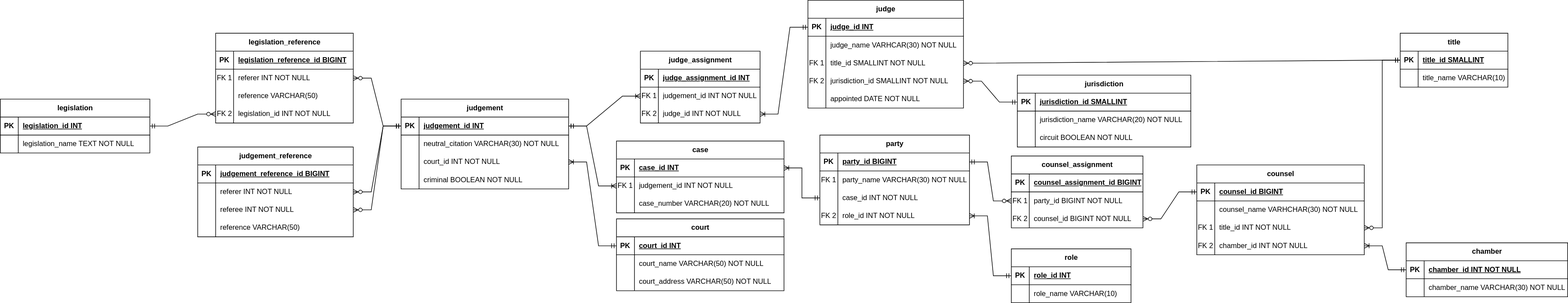
Above: dev-resources/ERD.svg in anisahhoque/c15-court-transcript-pipeline (draw.io), before the change. Source tidied: cells renumbered, new cells last; positions are measured from the earlier drawing's top-left corner, leaving out a move shared by most shapes.
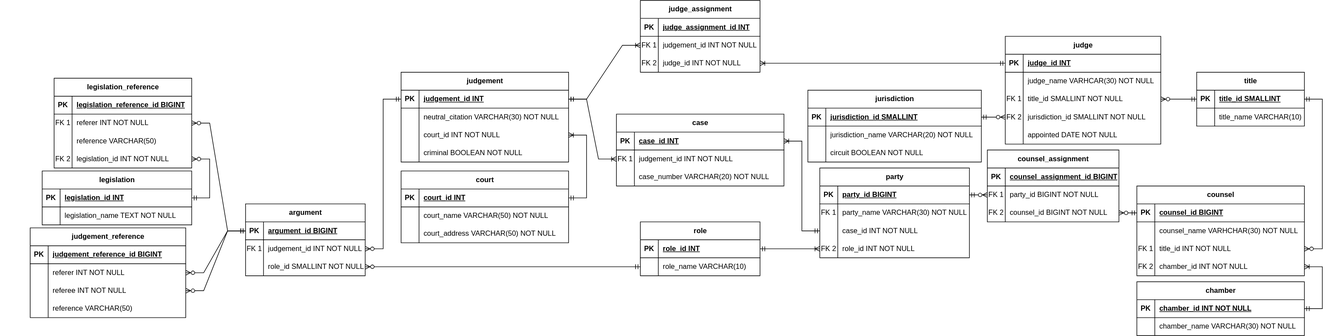
After the change.

Commit message:
Adds argument table to ERD, and restyles. Also creates png for Dan.

Diff of the diagram source:
```diff
@@ -3,7 +3,7 @@
     <mxCell id="0" />
     <mxCell id="1" parent="0" />
     <mxCell id="2" value="legislation" style="shape=table;startSize=30;rowLines=0;fontStyle=1;align=center;html=1;" parent="1" vertex="1">
-      <mxGeometry y="170" width="250" height="90" as="geometry" />
+      <mxGeometry x="70" y="335" width="250" height="90" as="geometry" />
     </mxCell>
     <mxCell id="3" style="shape=tableRow;horizontal=0;startSize=0;swimlaneHead=0;swimlaneBody=0;fillColor=none;points=[[0,0.5],[1,0.5]];portConstraint=eastwest;top=0;left=0;right=0;bottom=1;" parent="2" vertex="1">
       <mxGeometry y="30" width="250" height="30" as="geometry" />
@@ -27,7 +27,7 @@
       <mxGeometry y="320" width="30" height="30" as="geometry" />
     </mxCell>
     <mxCell id="10" value="legislation_reference" style="shape=table;startSize=30;rowLines=0;fontStyle=1;align=center;html=1;" parent="1" vertex="1">
-      <mxGeometry x="360" y="60" width="230" height="150" as="geometry" />
+      <mxGeometry x="90" y="180" width="230" height="150" as="geometry" />
     </mxCell>
     <mxCell id="11" style="shape=tableRow;horizontal=0;startSize=0;swimlaneHead=0;swimlaneBody=0;fillColor=none;top=0;left=0;right=0;bottom=1;" parent="10" vertex="1">
       <mxGeometry y="30" width="230" height="30" as="geometry" />
@@ -105,7 +105,7 @@
       <mxGeometry x="30" width="250" height="30" as="geometry" />
     </mxCell>
     <mxCell id="36" value="judgement_reference" style="shape=table;startSize=30;rowLines=0;fontStyle=1;align=center;html=1;" parent="1" vertex="1">
-      <mxGeometry x="330" y="250" width="260" height="150" as="geometry" />
+      <mxGeometry x="50" y="430" width="260" height="150" as="geometry" />
     </mxCell>
     <mxCell id="37" style="shape=tableRow;horizontal=0;startSize=0;swimlaneHead=0;swimlaneBody=0;fillColor=none;top=0;left=0;right=0;bottom=1;" parent="36" vertex="1">
       <mxGeometry y="30" width="260" height="30" as="geometry" />
@@ -174,7 +174,7 @@
       <mxGeometry x="30" width="250" height="30" as="geometry" />
     </mxCell>
     <mxCell id="59" value="court" style="shape=table;startSize=30;rowLines=0;fontStyle=1;align=center;html=1;" parent="1" vertex="1">
-      <mxGeometry x="1030" y="370" width="280" height="120" as="geometry" />
+      <mxGeometry x="670" y="335" width="280" height="120" as="geometry" />
     </mxCell>
     <mxCell id="60" style="shape=tableRow;horizontal=0;startSize=0;swimlaneHead=0;swimlaneBody=0;fillColor=none;points=[[0,0.5],[1,0.5]];portConstraint=eastwest;top=0;left=0;right=0;bottom=1;" parent="59" vertex="1">
       <mxGeometry y="30" width="280" height="30" as="geometry" />
@@ -204,7 +204,7 @@
       <mxGeometry x="30" width="250" height="30" as="geometry" />
     </mxCell>
     <mxCell id="69" value="party" style="shape=table;startSize=30;rowLines=0;fontStyle=1;align=center;html=1;" parent="1" vertex="1">
-      <mxGeometry x="1370" y="230" width="250" height="150" as="geometry" />
+      <mxGeometry x="1370" y="330" width="250" height="150" as="geometry" />
     </mxCell>
     <mxCell id="70" style="shape=tableRow;horizontal=0;startSize=0;swimlaneHead=0;swimlaneBody=0;fillColor=none;points=[[0,0.5],[1,0.5]];portConstraint=eastwest;top=0;left=0;right=0;bottom=1;" parent="69" vertex="1">
       <mxGeometry y="30" width="250" height="30" as="geometry" />
@@ -243,7 +243,7 @@
       <mxGeometry x="30" width="220" height="30" as="geometry" />
     </mxCell>
     <mxCell id="82" value="role" style="shape=table;startSize=30;rowLines=0;fontStyle=1;align=center;html=1;" parent="1" vertex="1">
-      <mxGeometry x="1690" y="420" width="200" height="90" as="geometry" />
+      <mxGeometry x="1070" y="420" width="200" height="90" as="geometry" />
     </mxCell>
     <mxCell id="83" style="shape=tableRow;horizontal=0;startSize=0;swimlaneHead=0;swimlaneBody=0;fillColor=none;points=[[0,0.5],[1,0.5]];portConstraint=eastwest;top=0;left=0;right=0;bottom=1;" parent="82" vertex="1">
       <mxGeometry y="30" width="200" height="30" as="geometry" />
@@ -264,7 +264,7 @@
       <mxGeometry x="30" width="170" height="30" as="geometry" />
     </mxCell>
     <mxCell id="89" value="counsel_assignment" style="shape=table;startSize=30;rowLines=0;fontStyle=1;align=center;html=1;" parent="1" vertex="1">
-      <mxGeometry x="1690" y="265" width="220" height="120" as="geometry" />
+      <mxGeometry x="1650" y="300" width="220" height="120" as="geometry" />
     </mxCell>
     <mxCell id="90" style="shape=tableRow;horizontal=0;startSize=0;swimlaneHead=0;swimlaneBody=0;fillColor=none;top=0;left=0;right=0;bottom=1;" parent="89" vertex="1">
       <mxGeometry y="30" width="220" height="30" as="geometry" />
@@ -294,7 +294,7 @@
       <mxGeometry x="30" width="190" height="30" as="geometry" />
     </mxCell>
     <mxCell id="99" value="counsel" style="shape=table;startSize=30;rowLines=0;fontStyle=1;align=center;html=1;" parent="1" vertex="1">
-      <mxGeometry x="2000" y="280" width="280" height="150" as="geometry" />
+      <mxGeometry x="1900" y="360" width="280" height="150" as="geometry" />
     </mxCell>
     <mxCell id="100" style="shape=tableRow;horizontal=0;startSize=0;swimlaneHead=0;swimlaneBody=0;fillColor=none;points=[[0,0.5],[1,0.5]];portConstraint=eastwest;top=0;left=0;right=0;bottom=1;" parent="99" vertex="1">
       <mxGeometry y="30" width="280" height="30" as="geometry" />
@@ -333,42 +333,42 @@
       <mxGeometry x="30" width="250" height="30" as="geometry" />
     </mxCell>
     <mxCell id="112" value="chamber" style="shape=table;startSize=30;rowLines=0;fontStyle=1;align=center;html=1;" parent="1" vertex="1">
-      <mxGeometry x="2350" y="410" width="270" height="90" as="geometry" />
+      <mxGeometry x="1900" y="520" width="280" height="90" as="geometry" />
     </mxCell>
     <mxCell id="113" style="shape=tableRow;horizontal=0;startSize=0;swimlaneHead=0;swimlaneBody=0;fillColor=none;points=[[0,0.5],[1,0.5]];portConstraint=eastwest;top=0;left=0;right=0;bottom=1;" parent="112" vertex="1">
-      <mxGeometry y="30" width="270" height="30" as="geometry" />
+      <mxGeometry y="30" width="280" height="30" as="geometry" />
     </mxCell>
     <mxCell id="114" value="PK" style="shape=partialRectangle;fillColor=none;top=0;left=0;bottom=0;right=0;fontStyle=1;overflow=hidden;whiteSpace=wrap;html=1;" parent="113" vertex="1">
       <mxGeometry width="30" height="30" as="geometry" />
     </mxCell>
     <mxCell id="115" value="chamber_id INT NOT NULL" style="shape=partialRectangle;fillColor=none;top=0;left=0;bottom=0;right=0;align=left;spacingLeft=6;fontStyle=5;overflow=hidden;whiteSpace=wrap;html=1;" parent="113" vertex="1">
-      <mxGeometry x="30" width="240" height="30" as="geometry" />
+      <mxGeometry x="30" width="250" height="30" as="geometry" />
     </mxCell>
     <mxCell id="116" style="shape=tableRow;horizontal=0;startSize=0;swimlaneHead=0;swimlaneBody=0;fillColor=none;top=0;left=0;right=0;bottom=0;" parent="112" vertex="1">
-      <mxGeometry y="60" width="270" height="30" as="geometry" />
+      <mxGeometry y="60" width="280" height="30" as="geometry" />
     </mxCell>
     <mxCell id="117" style="shape=partialRectangle;fillColor=none;top=0;left=0;bottom=0;right=0;overflow=hidden;whiteSpace=wrap;html=1;" parent="116" vertex="1">
       <mxGeometry width="30" height="30" as="geometry" />
     </mxCell>
     <mxCell id="118" value="chamber_name VARCHAR(30) NOT NULL" style="shape=partialRectangle;fillColor=none;top=0;left=0;bottom=0;right=0;align=left;spacingLeft=6;overflow=hidden;whiteSpace=wrap;html=1;" parent="116" vertex="1">
-      <mxGeometry x="30" width="240" height="30" as="geometry" />
+      <mxGeometry x="30" width="250" height="30" as="geometry" />
     </mxCell>
-    <mxCell id="119" style="edgeStyle=entityRelationEdgeStyle;fontSize=12;html=1;endArrow=ERzeroToMany;startArrow=ERmandOne;rounded=0;exitX=0;exitY=0.5;exitDx=0;exitDy=0;" parent="1" edge="1" source="24" target="14">
+    <mxCell id="119" style="edgeStyle=entityRelationEdgeStyle;fontSize=12;html=1;endArrow=ERzeroToMany;startArrow=ERmandOne;rounded=0;exitX=0;exitY=0.5;exitDx=0;exitDy=0;" parent="1" edge="1" source="179" target="14">
       <mxGeometry relative="1" as="geometry" />
     </mxCell>
-    <mxCell id="120" style="edgeStyle=entityRelationEdgeStyle;fontSize=12;html=1;endArrow=ERzeroToMany;startArrow=ERmandOne;rounded=0;exitX=1;exitY=0.5;exitDx=0;exitDy=0;entryX=0;entryY=0.5;entryDx=0;entryDy=0;" parent="1" edge="1" source="3" target="20">
+    <mxCell id="120" style="edgeStyle=entityRelationEdgeStyle;fontSize=12;html=1;endArrow=ERzeroToMany;startArrow=ERmandOne;rounded=0;exitX=1;exitY=0.5;exitDx=0;exitDy=0;entryX=1;entryY=0.5;entryDx=0;entryDy=0;" parent="1" edge="1" source="3" target="20">
       <mxGeometry relative="1" as="geometry" />
     </mxCell>
-    <mxCell id="121" style="edgeStyle=entityRelationEdgeStyle;fontSize=12;html=1;endArrow=ERzeroToMany;startArrow=ERmandOne;rounded=0;exitX=0;exitY=0.5;exitDx=0;exitDy=0;entryX=1;entryY=0.5;entryDx=0;entryDy=0;" parent="1" edge="1" source="24" target="40">
+    <mxCell id="121" style="edgeStyle=entityRelationEdgeStyle;fontSize=12;html=1;endArrow=ERzeroToMany;startArrow=ERmandOne;rounded=0;exitX=0;exitY=0.5;exitDx=0;exitDy=0;entryX=1;entryY=0.5;entryDx=0;entryDy=0;" parent="1" edge="1" source="179" target="40">
       <mxGeometry relative="1" as="geometry" />
     </mxCell>
-    <mxCell id="122" style="edgeStyle=entityRelationEdgeStyle;fontSize=12;html=1;endArrow=ERzeroToMany;startArrow=ERmandOne;rounded=0;exitX=0;exitY=0.5;exitDx=0;exitDy=0;entryX=1;entryY=0.5;entryDx=0;entryDy=0;" parent="1" edge="1" source="24" target="43">
+    <mxCell id="122" style="edgeStyle=entityRelationEdgeStyle;fontSize=12;html=1;endArrow=ERzeroToMany;startArrow=ERmandOne;rounded=0;entryX=1;entryY=0.5;entryDx=0;entryDy=0;" parent="1" edge="1" source="179" target="43">
       <mxGeometry relative="1" as="geometry" />
     </mxCell>
     <mxCell id="123" style="edgeStyle=entityRelationEdgeStyle;fontSize=12;html=1;endArrow=ERoneToMany;startArrow=ERmandOne;rounded=0;exitX=1;exitY=0.5;exitDx=0;exitDy=0;entryX=0;entryY=0.5;entryDx=0;entryDy=0;" parent="1" edge="1" source="24" target="53">
       <mxGeometry relative="1" as="geometry" />
     </mxCell>
-    <mxCell id="124" style="edgeStyle=entityRelationEdgeStyle;fontSize=12;html=1;endArrow=ERoneToMany;startArrow=ERmandOne;rounded=0;exitX=0;exitY=0.5;exitDx=0;exitDy=0;entryX=1;entryY=0.5;entryDx=0;entryDy=0;" parent="1" edge="1" source="60" target="30">
+    <mxCell id="124" style="edgeStyle=entityRelationEdgeStyle;fontSize=12;html=1;endArrow=ERoneToMany;startArrow=ERmandOne;rounded=0;exitX=1;exitY=0.5;exitDx=0;exitDy=0;entryX=1;entryY=0.5;entryDx=0;entryDy=0;" parent="1" edge="1" source="60" target="30">
       <mxGeometry relative="1" as="geometry" />
     </mxCell>
     <mxCell id="125" style="edgeStyle=entityRelationEdgeStyle;fontSize=12;html=1;endArrow=ERoneToMany;startArrow=ERmandOne;rounded=0;exitX=0;exitY=0.5;exitDx=0;exitDy=0;entryX=1;entryY=0.5;entryDx=0;entryDy=0;" parent="1" edge="1" source="76" target="50">
@@ -380,11 +380,11 @@
     <mxCell id="127" style="edgeStyle=entityRelationEdgeStyle;fontSize=12;html=1;endArrow=ERzeroToMany;startArrow=ERmandOne;rounded=0;exitX=0;exitY=0.5;exitDx=0;exitDy=0;entryX=1;entryY=0.5;entryDx=0;entryDy=0;" parent="1" edge="1" source="100" target="96">
       <mxGeometry relative="1" as="geometry" />
     </mxCell>
-    <mxCell id="128" style="edgeStyle=entityRelationEdgeStyle;fontSize=12;html=1;endArrow=ERoneToMany;startArrow=ERmandOne;rounded=0;exitX=0;exitY=0.5;exitDx=0;exitDy=0;entryX=1;entryY=0.5;entryDx=0;entryDy=0;" parent="1" edge="1" source="83" target="79">
+    <mxCell id="128" style="edgeStyle=entityRelationEdgeStyle;fontSize=12;html=1;endArrow=ERoneToMany;startArrow=ERmandOne;rounded=0;exitX=1;exitY=0.5;exitDx=0;exitDy=0;entryX=0;entryY=0.5;entryDx=0;entryDy=0;" parent="1" edge="1" source="83" target="79">
       <mxGeometry relative="1" as="geometry" />
     </mxCell>
     <mxCell id="129" value="judge" style="shape=table;startSize=30;rowLines=0;fontStyle=1;align=center;html=1;" parent="1" vertex="1">
-      <mxGeometry x="1350" y="5" width="260" height="180" as="geometry" />
+      <mxGeometry x="1680" y="110" width="260" height="180" as="geometry" />
     </mxCell>
     <mxCell id="130" style="shape=tableRow;horizontal=0;startSize=0;swimlaneHead=0;swimlaneBody=0;fillColor=none;points=[[0,0.5],[1,0.5]];portConstraint=eastwest;top=0;left=0;right=0;bottom=1;" parent="129" vertex="1">
       <mxGeometry y="30" width="260" height="30" as="geometry" />
@@ -432,7 +432,7 @@
       <mxGeometry x="30" width="230" height="30" as="geometry" />
     </mxCell>
     <mxCell id="145" value="title" style="shape=table;startSize=30;rowLines=0;fontStyle=1;align=center;html=1;" parent="1" vertex="1">
-      <mxGeometry x="2340" y="60" width="180" height="90" as="geometry" />
+      <mxGeometry x="2000" y="170" width="180" height="90" as="geometry" />
     </mxCell>
     <mxCell id="146" style="shape=tableRow;horizontal=0;startSize=0;swimlaneHead=0;swimlaneBody=0;fillColor=none;points=[[0,0.5],[1,0.5]];portConstraint=eastwest;top=0;left=0;right=0;bottom=1;" parent="145" vertex="1">
       <mxGeometry y="30" width="180" height="30" as="geometry" />
@@ -453,7 +453,7 @@
       <mxGeometry x="30" width="150" height="30" as="geometry" />
     </mxCell>
     <mxCell id="152" value="jurisdiction" style="shape=table;startSize=30;rowLines=0;fontStyle=1;align=center;html=1;" parent="1" vertex="1">
-      <mxGeometry x="1700" y="130" width="290" height="120" as="geometry" />
+      <mxGeometry x="1350" y="200" width="290" height="120" as="geometry" />
     </mxCell>
     <mxCell id="153" style="shape=tableRow;horizontal=0;startSize=0;swimlaneHead=0;swimlaneBody=0;fillColor=none;points=[[0,0.5],[1,0.5]];portConstraint=eastwest;top=0;left=0;right=0;bottom=1;" parent="152" vertex="1">
       <mxGeometry y="30" width="290" height="30" as="geometry" />
@@ -483,7 +483,7 @@
       <mxGeometry x="30" width="260" height="30" as="geometry" />
     </mxCell>
     <mxCell id="162" value="judge_assignment" style="shape=table;startSize=30;rowLines=0;fontStyle=1;align=center;html=1;" parent="1" vertex="1">
-      <mxGeometry x="1070" y="90" width="200" height="120" as="geometry" />
+      <mxGeometry x="1070" y="50" width="200" height="120" as="geometry" />
     </mxCell>
     <mxCell id="163" style="shape=tableRow;horizontal=0;startSize=0;swimlaneHead=0;swimlaneBody=0;fillColor=none;top=0;left=0;right=0;bottom=1;" parent="162" vertex="1">
       <mxGeometry y="30" width="200" height="30" as="geometry" />
@@ -518,7 +518,7 @@
     <mxCell id="173" style="edgeStyle=entityRelationEdgeStyle;fontSize=12;html=1;endArrow=ERoneToMany;startArrow=ERmandOne;rounded=0;exitX=0;exitY=0.5;exitDx=0;exitDy=0;entryX=1;entryY=0.5;entryDx=0;entryDy=0;" parent="1" edge="1" source="130" target="169">
       <mxGeometry relative="1" as="geometry" />
     </mxCell>
-    <mxCell id="174" style="edgeStyle=entityRelationEdgeStyle;fontSize=12;html=1;endArrow=ERzeroToMany;startArrow=ERmandOne;rounded=0;entryX=1;entryY=0.5;entryDx=0;entryDy=0;exitX=0;exitY=0.5;exitDx=0;exitDy=0;" parent="1" edge="1" source="153" target="139">
+    <mxCell id="174" style="edgeStyle=entityRelationEdgeStyle;fontSize=12;html=1;endArrow=ERzeroToMany;startArrow=ERmandOne;rounded=0;exitX=1;exitY=0.5;exitDx=0;exitDy=0;entryX=0;entryY=0.5;entryDx=0;entryDy=0;" parent="1" edge="1" source="153" target="139">
       <mxGeometry relative="1" as="geometry" />
     </mxCell>
     <mxCell id="175" style="edgeStyle=entityRelationEdgeStyle;fontSize=12;html=1;endArrow=ERzeroToMany;startArrow=ERmandOne;rounded=0;entryX=1;entryY=0.5;entryDx=0;entryDy=0;exitX=0;exitY=0.5;exitDx=0;exitDy=0;" parent="1" edge="1" source="146" target="136">
@@ -529,15 +529,51 @@
         </Array>
       </mxGeometry>
     </mxCell>
-    <mxCell id="176" style="edgeStyle=entityRelationEdgeStyle;fontSize=12;html=1;endArrow=ERzeroToMany;startArrow=ERmandOne;rounded=0;exitX=0;exitY=0.5;exitDx=0;exitDy=0;entryX=1;entryY=0.5;entryDx=0;entryDy=0;" parent="1" edge="1" source="146" target="106">
+    <mxCell id="176" style="edgeStyle=entityRelationEdgeStyle;fontSize=12;html=1;endArrow=ERzeroToMany;startArrow=ERmandOne;rounded=0;exitX=1;exitY=0.5;exitDx=0;exitDy=0;entryX=1;entryY=0.5;entryDx=0;entryDy=0;" parent="1" edge="1" source="146" target="106">
       <mxGeometry relative="1" as="geometry">
         <Array as="points">
           <mxPoint x="2290" y="380" />
         </Array>
       </mxGeometry>
     </mxCell>
-    <mxCell id="177" style="edgeStyle=entityRelationEdgeStyle;fontSize=12;html=1;endArrow=ERoneToMany;startArrow=ERmandOne;rounded=0;entryX=1;entryY=0.5;entryDx=0;entryDy=0;exitX=0;exitY=0.5;exitDx=0;exitDy=0;" parent="1" edge="1" source="113" target="109">
+    <mxCell id="177" style="edgeStyle=entityRelationEdgeStyle;fontSize=12;html=1;endArrow=ERoneToMany;startArrow=ERmandOne;rounded=0;entryX=1;entryY=0.5;entryDx=0;entryDy=0;exitX=1;exitY=0.5;exitDx=0;exitDy=0;" parent="1" edge="1" source="113" target="109">
       <mxGeometry relative="1" as="geometry" />
     </mxCell>
+    <mxCell id="178" value="argument" style="shape=table;startSize=30;rowLines=0;fontStyle=1;align=center;html=1;" parent="1" vertex="1">
+      <mxGeometry x="410" y="390" width="200" height="120" as="geometry" />
+    </mxCell>
+    <mxCell id="179" style="shape=tableRow;horizontal=0;startSize=0;swimlaneHead=0;swimlaneBody=0;fillColor=none;points=[[0,0.5],[1,0.5]];portConstraint=eastwest;top=0;left=0;right=0;bottom=1;" parent="178" vertex="1">
+      <mxGeometry y="30" width="200" height="30" as="geometry" />
+    </mxCell>
+    <mxCell id="180" value="PK" style="shape=partialRectangle;fillColor=none;top=0;left=0;bottom=0;right=0;fontStyle=1;overflow=hidden;whiteSpace=wrap;html=1;" parent="179" vertex="1">
+      <mxGeometry width="30" height="30" as="geometry" />
+    </mxCell>
+    <mxCell id="181" value="argument_id BIGINT" style="shape=partialRectangle;fillColor=none;top=0;left=0;bottom=0;right=0;align=left;spacingLeft=6;fontStyle=5;overflow=hidden;whiteSpace=wrap;html=1;" parent="179" vertex="1">
+      <mxGeometry x="30" width="170" height="30" as="geometry" />
+    </mxCell>
+    <mxCell id="182" style="shape=tableRow;horizontal=0;startSize=0;swimlaneHead=0;swimlaneBody=0;fillColor=none;points=[[0,0.5],[1,0.5]];portConstraint=eastwest;top=0;left=0;right=0;bottom=0;" parent="178" vertex="1">
+      <mxGeometry y="60" width="200" height="30" as="geometry" />
+    </mxCell>
+    <mxCell id="183" value="FK 1" style="shape=partialRectangle;fillColor=none;top=0;left=0;bottom=0;right=0;overflow=hidden;whiteSpace=wrap;html=1;" parent="182" vertex="1">
+      <mxGeometry width="30" height="30" as="geometry" />
+    </mxCell>
+    <mxCell id="184" value="judgement_id INT NOT NULL" style="shape=partialRectangle;fillColor=none;top=0;left=0;bottom=0;right=0;align=left;spacingLeft=6;overflow=hidden;whiteSpace=wrap;html=1;" parent="182" vertex="1">
+      <mxGeometry x="30" width="170" height="30" as="geometry" />
+    </mxCell>
+    <mxCell id="185" style="shape=tableRow;horizontal=0;startSize=0;swimlaneHead=0;swimlaneBody=0;fillColor=none;points=[[0,0.5],[1,0.5]];portConstraint=eastwest;top=0;left=0;right=0;bottom=0;" parent="178" vertex="1">
+      <mxGeometry y="90" width="200" height="30" as="geometry" />
+    </mxCell>
+    <mxCell id="186" style="shape=partialRectangle;fillColor=none;top=0;left=0;bottom=0;right=0;overflow=hidden;whiteSpace=wrap;html=1;" parent="185" vertex="1">
+      <mxGeometry width="30" height="30" as="geometry" />
+    </mxCell>
+    <mxCell id="187" value="role_id SMALLINT NOT NULL" style="shape=partialRectangle;fillColor=none;top=0;left=0;bottom=0;right=0;align=left;spacingLeft=6;overflow=hidden;whiteSpace=wrap;html=1;" parent="185" vertex="1">
+      <mxGeometry x="30" width="170" height="30" as="geometry" />
+    </mxCell>
+    <mxCell id="188" style="edgeStyle=entityRelationEdgeStyle;fontSize=12;html=1;endArrow=ERzeroToMany;startArrow=ERmandOne;rounded=0;exitX=0;exitY=0.5;exitDx=0;exitDy=0;entryX=1;entryY=0.5;entryDx=0;entryDy=0;" parent="1" edge="1" source="24" target="182">
+      <mxGeometry relative="1" as="geometry" />
+    </mxCell>
+    <mxCell id="189" style="edgeStyle=entityRelationEdgeStyle;fontSize=12;html=1;endArrow=ERzeroToMany;startArrow=ERmandOne;rounded=0;entryX=1;entryY=0.5;entryDx=0;entryDy=0;exitX=0;exitY=0.5;exitDx=0;exitDy=0;" parent="1" edge="1" source="86" target="185">
+      <mxGeometry relative="1" as="geometry" />
+    </mxCell>
   </root>
 </mxGraphModel>
```
